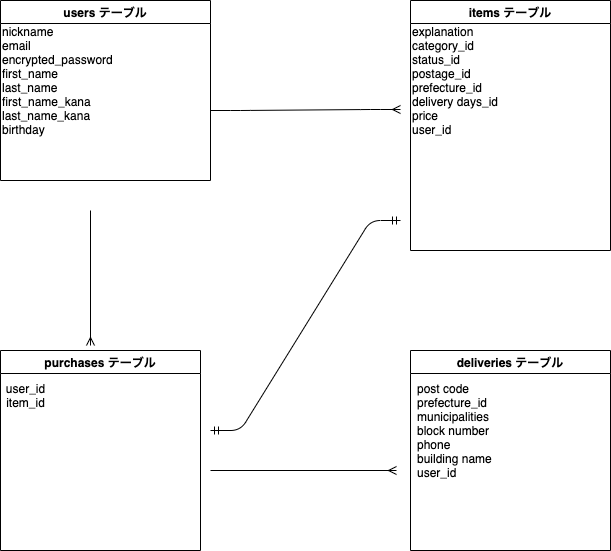
This is .drawio.png from Tokusyaka/furima-36742, a draw.io export, as it was before one commit. Source tidied: cells renumbered, new cells last; positions are measured from the earlier drawing's top-left corner, leaving out a move shared by most shapes.
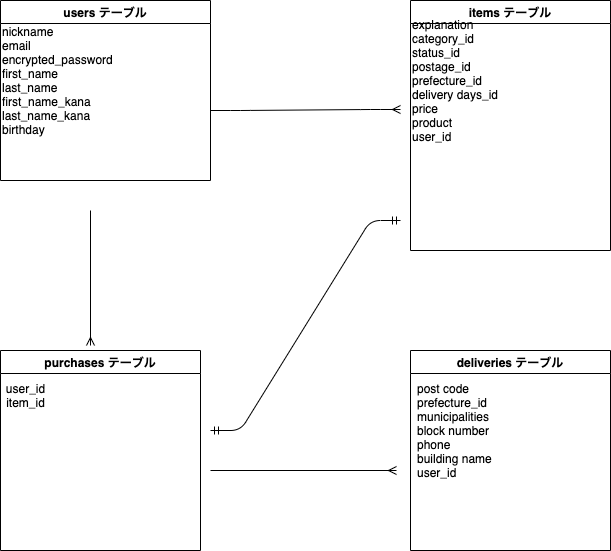
Later version of the same file.

Commit message:
データベース設計 修正2

The edit, as a diff of the source:
```diff
@@ -14,8 +14,8 @@
     <mxCell id="5" value="items テーブル" style="swimlane;" parent="1" vertex="1">
       <mxGeometry x="410" width="200" height="250" as="geometry" />
     </mxCell>
-    <mxCell id="6" value="explanation&lt;br&gt;category_id&lt;br&gt;status_id&lt;br&gt;postage_id&lt;br&gt;prefecture_id&lt;br&gt;delivery days_id&lt;br&gt;price&lt;br&gt;user_id" style="text;html=1;align=left;verticalAlign=middle;strokeColor=none;" parent="5" vertex="1">
-      <mxGeometry y="20" width="100" height="120" as="geometry" />
+    <mxCell id="6" value="explanation&lt;br&gt;category_id&lt;br&gt;status_id&lt;br&gt;postage_id&lt;br&gt;prefecture_id&lt;br&gt;delivery days_id&lt;br&gt;price&lt;br&gt;product&lt;br&gt;user_id" style="text;html=1;align=left;verticalAlign=middle;strokeColor=none;" parent="5" vertex="1">
+      <mxGeometry y="15" width="100" height="130" as="geometry" />
     </mxCell>
     <mxCell id="7" value="deliveries テーブル" style="swimlane;align=center;" parent="1" vertex="1">
       <mxGeometry x="410" y="350" width="200" height="200" as="geometry" />
```
